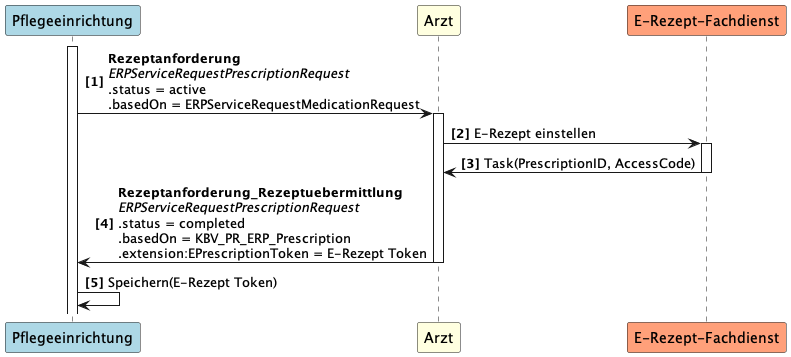
The PlantUML diagram guides/ig-rezeptanforderung/images/puml_images/UC1_1.png in gematik/spec-E-Rezept-ServiceRequest, before a commit.
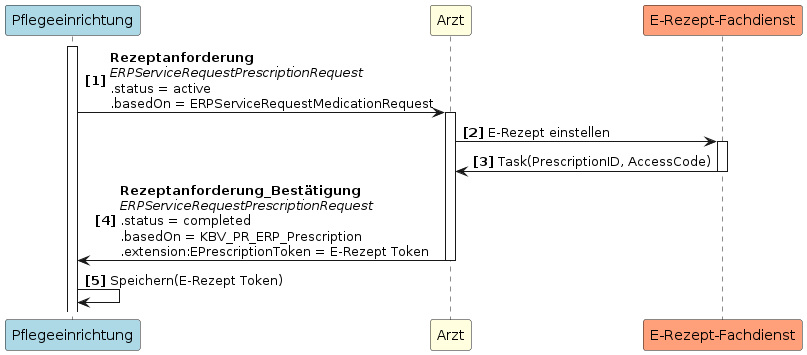
The same file after the commit.

Diff of the diagram source:
```diff
@@ -8,6 +8,6 @@
 PE -> A++: <b>Rezeptanforderung \n<i>ERPServiceRequestPrescriptionRequest \n.status = active \n.basedOn = ERPServiceRequestMedicationRequest
 A -> FD++: E-Rezept einstellen
 FD -> A--: Task(PrescriptionID, AccessCode)
-A -> PE--: <b>Rezeptanforderung_Rezeptuebermittlung\n<i>ERPServiceRequestPrescriptionRequest \n.status = completed \n.basedOn = KBV_PR_ERP_Prescription \n.extension:EPrescriptionToken = E-Rezept Token
+A -> PE--: <b>Rezeptanforderung_Bestätigung\n<i>ERPServiceRequestPrescriptionRequest \n.status = completed \n.basedOn = KBV_PR_ERP_Prescription \n.extension:EPrescriptionToken = E-Rezept Token
 PE -> PE: Speichern(E-Rezept Token)
 @enduml
```
